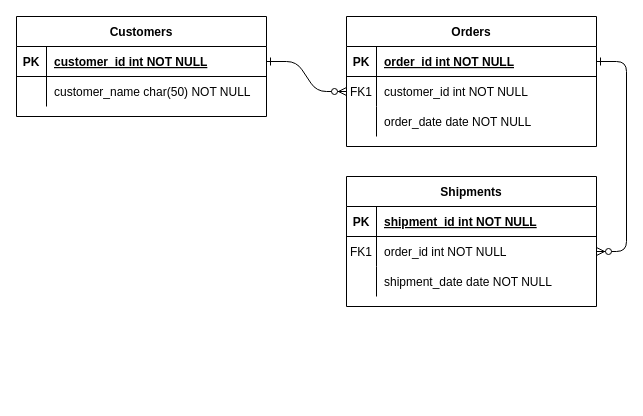
HarrisonMicai/Music-Library-Database keeps this draw.io diagram as Untitled Diagram.drawio. Above is the earlier version. Source tidied: cells renumbered, new cells numbered last; positions are measured from the earlier drawing's top-left corner, leaving out a move shared by most shapes. Both pictures are drawn from the tidied source at 100%, with x=0, y=0 at pixel (16, 16).
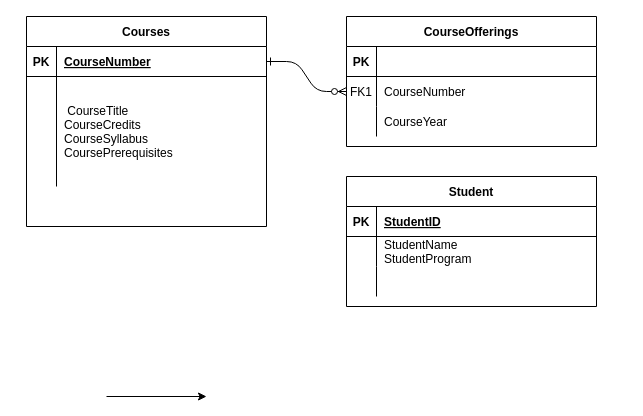
Above is the later version.

Unchanged cells that the change refers to:
```xml
<mxCell id="5" style="shape=partialRectangle;fillColor=none;points=[[0,0.5],[1,0.5]];portConstraint=eastwest;top=0;left=0;right=0;bottom=1;" parent="4" vertex="1">
  <mxGeometry y="30" width="250" height="30" as="geometry" />
</mxCell>
<mxCell id="8" style="shape=partialRectangle;fillColor=none;points=[[0,0.5],[1,0.5]];portConstraint=eastwest;top=0;left=0;right=0;bottom=0;" parent="4" vertex="1">
  <mxGeometry y="60" width="250" height="30" as="geometry" />
</mxCell>
<mxCell id="11" style="shape=partialRectangle;fillColor=none;top=0;left=0;right=0;bottom=0;" parent="4" vertex="1">
  <mxGeometry y="90" width="250" height="30" as="geometry" />
</mxCell>
<mxCell id="15" style="shape=partialRectangle;fillColor=none;top=0;left=0;right=0;bottom=1;" parent="14" vertex="1">
  <mxGeometry y="30" width="250" height="30" as="geometry" />
</mxCell>
<mxCell id="18" style="shape=partialRectangle;fillColor=none;points=[[0,0.5],[1,0.5]];portConstraint=eastwest;top=0;left=0;right=0;bottom=0;" parent="14" vertex="1">
  <mxGeometry y="60" width="250" height="30" as="geometry" />
</mxCell>
<mxCell id="21" style="shape=partialRectangle;fillColor=none;top=0;left=0;right=0;bottom=0;" parent="14" vertex="1">
  <mxGeometry y="90" width="250" height="30" as="geometry" />
</mxCell>
```

The edit, as a diff of the source:
```diff
@@
-    <mxCell id="3" style="edgeStyle=entityRelationEdgeStyle;endArrow=ERzeroToMany;startArrow=ERone;endFill=1;startFill=0;" parent="1" edge="1" source="5" target="18">
-      <mxGeometry relative="1" as="geometry" />
-    </mxCell>
-    <mxCell id="4" value="Orders" style="shape=table;startSize=30;childLayout=tableLayout;rowLines=0;fontStyle=1;align=center;" parent="1" vertex="1">
+    <mxCell id="4" value="CourseOfferings" style="shape=table;startSize=30;childLayout=tableLayout;rowLines=0;fontStyle=1;align=center;" parent="1" vertex="1">
       <mxGeometry x="330" width="250" height="130" as="geometry" />
     </mxCell>
@@
-    <mxCell id="7" value="order_id int NOT NULL " style="shape=partialRectangle;overflow=hidden;fillColor=none;top=0;left=0;bottom=0;right=0;align=left;spacingLeft=6;fontStyle=5;" parent="5" vertex="1">
+    <mxCell id="7" style="shape=partialRectangle;overflow=hidden;fillColor=none;top=0;left=0;bottom=0;right=0;align=left;spacingLeft=6;fontStyle=5;" parent="5" vertex="1">
       <mxGeometry x="30" width="220" height="30" as="geometry" />
     </mxCell>
@@
-    <mxCell id="10" value="customer_id int NOT NULL" style="shape=partialRectangle;overflow=hidden;fillColor=none;top=0;left=0;bottom=0;right=0;align=left;spacingLeft=6;" parent="8" vertex="1">
+    <mxCell id="10" value="CourseNumber" style="shape=partialRectangle;overflow=hidden;fillColor=none;top=0;left=0;bottom=0;right=0;align=left;spacingLeft=6;" parent="8" vertex="1">
       <mxGeometry x="30" width="220" height="30" as="geometry" />
     </mxCell>
@@
-    <mxCell id="13" value="order_date date NOT NULL" style="shape=partialRectangle;overflow=hidden;fillColor=none;top=0;left=0;bottom=0;right=0;align=left;spacingLeft=6;" parent="11" vertex="1">
+    <mxCell id="13" value="CourseYear" style="shape=partialRectangle;overflow=hidden;fillColor=none;top=0;left=0;bottom=0;right=0;align=left;spacingLeft=6;" parent="11" vertex="1">
       <mxGeometry x="30" width="220" height="30" as="geometry" />
     </mxCell>
-    <mxCell id="14" value="Shipments" style="shape=table;startSize=30;childLayout=tableLayout;rowLines=0;fontStyle=1;align=center;" parent="1" vertex="1">
+    <mxCell id="14" value="Student" style="shape=table;startSize=30;childLayout=tableLayout;rowLines=0;fontStyle=1;align=center;" parent="1" vertex="1">
       <mxGeometry x="330" y="160" width="250" height="130" as="geometry" />
     </mxCell>
@@
-    <mxCell id="17" value="shipment_id int NOT NULL " style="shape=partialRectangle;overflow=hidden;fillColor=none;top=0;left=0;bottom=0;right=0;align=left;spacingLeft=6;fontStyle=5;" parent="15" vertex="1">
+    <mxCell id="17" value="StudentID" style="shape=partialRectangle;overflow=hidden;fillColor=none;top=0;left=0;bottom=0;right=0;align=left;spacingLeft=6;fontStyle=5;" parent="15" vertex="1">
       <mxGeometry x="30" width="220" height="30" as="geometry" />
     </mxCell>
@@
-    <mxCell id="19" value="FK1" style="shape=partialRectangle;overflow=hidden;fillColor=none;top=0;left=0;bottom=0;right=0;" parent="18" vertex="1">
+    <mxCell id="19" style="shape=partialRectangle;overflow=hidden;fillColor=none;top=0;left=0;bottom=0;right=0;" parent="18" vertex="1">
       <mxGeometry width="30" height="30" as="geometry" />
     </mxCell>
-    <mxCell id="20" value="order_id int NOT NULL" style="shape=partialRectangle;overflow=hidden;fillColor=none;top=0;left=0;bottom=0;right=0;align=left;spacingLeft=6;" parent="18" vertex="1">
+    <mxCell id="20" value="StudentName&#10;StudentProgram" style="shape=partialRectangle;overflow=hidden;fillColor=none;top=0;left=0;bottom=0;right=0;align=left;spacingLeft=6;" parent="18" vertex="1">
       <mxGeometry x="30" width="220" height="30" as="geometry" />
     </mxCell>
@@
-    <mxCell id="23" value="shipment_date date NOT NULL" style="shape=partialRectangle;overflow=hidden;fillColor=none;top=0;left=0;bottom=0;right=0;align=left;spacingLeft=6;" parent="21" vertex="1">
+    <mxCell id="23" style="shape=partialRectangle;overflow=hidden;fillColor=none;top=0;left=0;bottom=0;right=0;align=left;spacingLeft=6;" parent="21" vertex="1">
       <mxGeometry x="30" width="220" height="30" as="geometry" />
     </mxCell>
-    <mxCell id="24" value="Customers" style="shape=table;startSize=30;childLayout=tableLayout;rowLines=0;fontStyle=1;align=center;" parent="1" vertex="1">
-      <mxGeometry width="250" height="100" as="geometry" />
+    <mxCell id="24" value="Courses" style="shape=table;startSize=30;childLayout=tableLayout;rowLines=0;fontStyle=1;align=center;" parent="1" vertex="1">
+      <mxGeometry x="10" width="240" height="210" as="geometry" />
     </mxCell>
     <mxCell id="25" style="shape=partialRectangle;fillColor=none;points=[[0,0.5],[1,0.5]];portConstraint=eastwest;top=0;left=0;right=0;bottom=1;" parent="24" vertex="1">
-      <mxGeometry y="30" width="250" height="30" as="geometry" />
+      <mxGeometry y="30" width="240" height="30" as="geometry" />
     </mxCell>
@@
-    <mxCell id="27" value="customer_id int NOT NULL " style="shape=partialRectangle;overflow=hidden;fillColor=none;top=0;left=0;bottom=0;right=0;align=left;spacingLeft=6;fontStyle=5;" parent="25" vertex="1">
-      <mxGeometry x="30" width="220" height="30" as="geometry" />
+    <mxCell id="27" value="CourseNumber" style="shape=partialRectangle;overflow=hidden;fillColor=none;top=0;left=0;bottom=0;right=0;align=left;spacingLeft=6;fontStyle=5;" parent="25" vertex="1">
+      <mxGeometry x="30" width="210" height="30" as="geometry" />
     </mxCell>
     <mxCell id="28" style="shape=partialRectangle;fillColor=none;top=0;left=0;right=0;bottom=0;" parent="24" vertex="1">
-      <mxGeometry y="60" width="250" height="30" as="geometry" />
+      <mxGeometry y="60" width="240" height="110" as="geometry" />
     </mxCell>
     <mxCell id="29" style="shape=partialRectangle;overflow=hidden;fillColor=none;top=0;left=0;bottom=0;right=0;" parent="28" vertex="1">
-      <mxGeometry width="30" height="30" as="geometry" />
+      <mxGeometry width="30" height="110" as="geometry" />
     </mxCell>
-    <mxCell id="30" value="customer_name char(50) NOT NULL" style="shape=partialRectangle;overflow=hidden;fillColor=none;top=0;left=0;bottom=0;right=0;align=left;spacingLeft=6;" parent="28" vertex="1">
-      <mxGeometry x="30" width="220" height="30" as="geometry" />
+    <mxCell id="30" value=" CourseTitle&#10;CourseCredits&#10;CourseSyllabus&#10;CoursePrerequisites" style="shape=partialRectangle;overflow=hidden;fillColor=none;top=0;left=0;bottom=0;right=0;align=left;spacingLeft=6;" parent="28" vertex="1">
+      <mxGeometry x="30" width="210" height="110" as="geometry" />
     </mxCell>
+    <mxCell id="31" style="edgeStyle=none;orthogonalLoop=1;jettySize=auto;html=1;rounded=0;" parent="1" edge="1">
+      <mxGeometry relative="1" as="geometry">
+        <mxPoint x="90" y="380" as="sourcePoint" />
+        <mxPoint x="190" y="380" as="targetPoint" />
+      </mxGeometry>
+    </mxCell>
```
